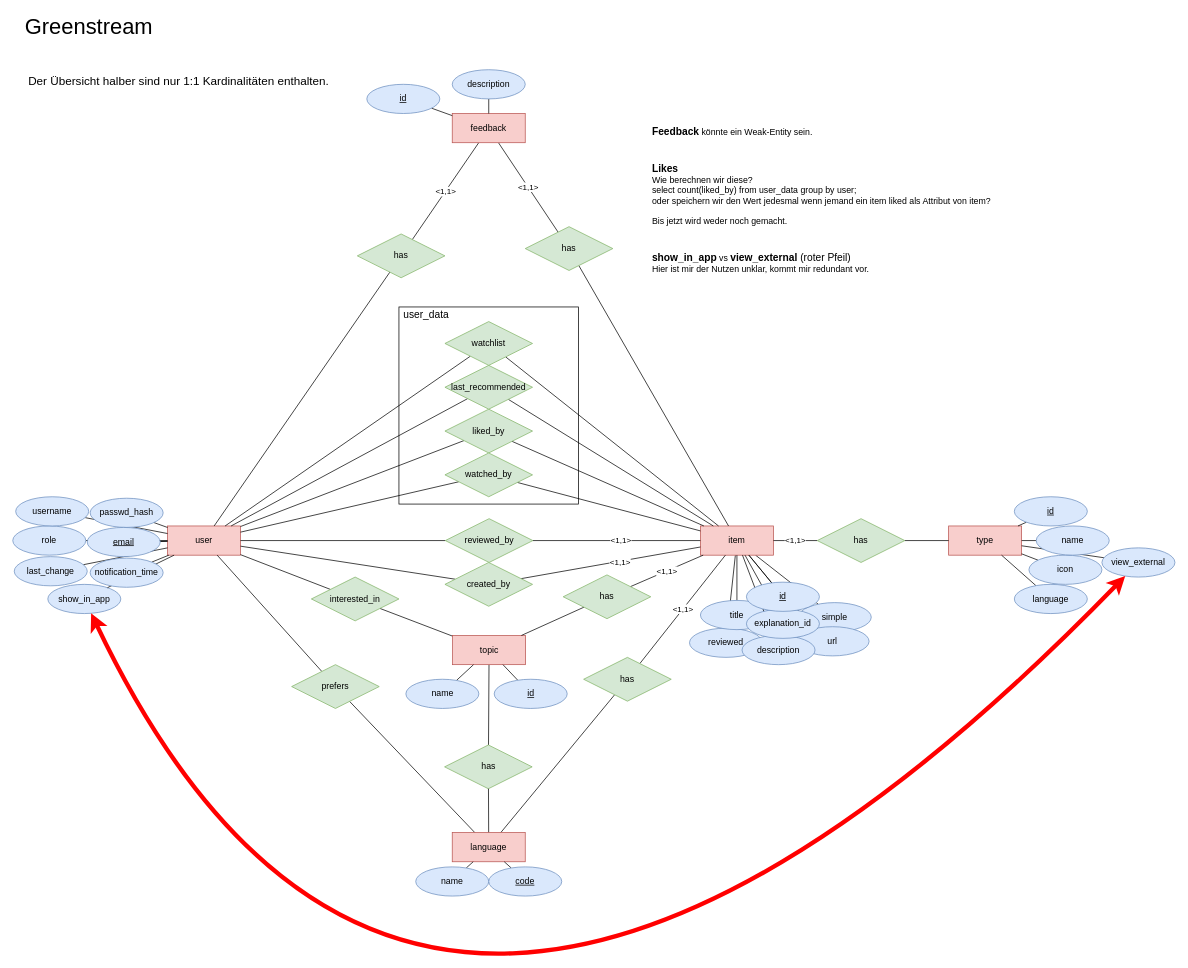
This is greenstream.drawio from daniel-ackermann/greenStreamBackend, a draw.io file, before an edit. Source tidied: cells renumbered, new cells numbered last; positions are measured from the earlier drawing's top-left corner, leaving out a move shared by most shapes. Both pictures are drawn from the tidied source at 73%, with x=0, y=0 at pixel (12, 18).
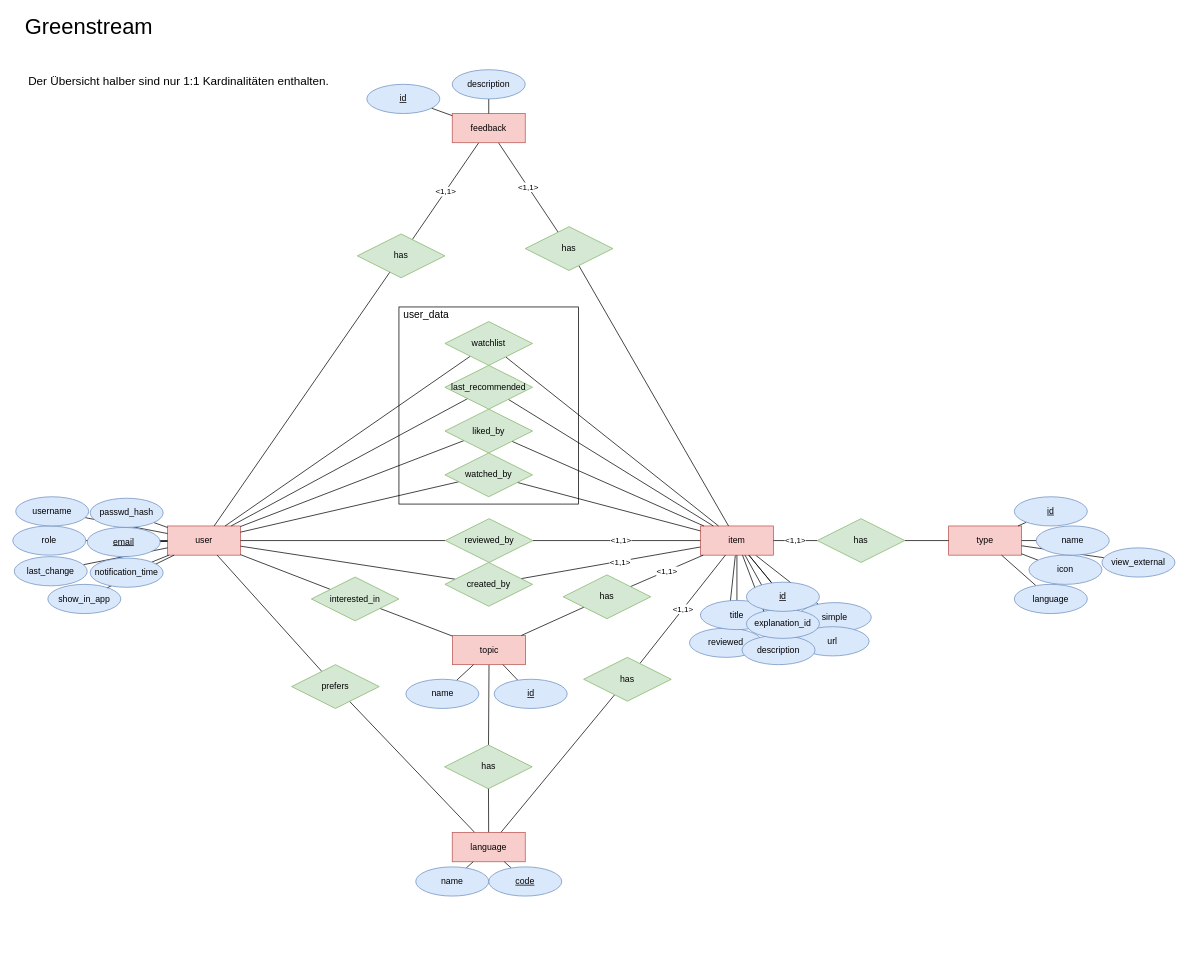
The same page after the edit.

Unchanged cells that the change refers to:
```xml
<mxCell id="2" value="show_in_app" style="ellipse;whiteSpace=wrap;html=1;align=center;strokeColor=#6c8ebf;fillColor=#dae8fc;" parent="1" vertex="1">
  <mxGeometry x="48" y="776" width="100" height="40" as="geometry" />
</mxCell>
<mxCell id="55" value="view_external" style="ellipse;whiteSpace=wrap;html=1;align=center;strokeColor=#6c8ebf;fillColor=#dae8fc;" parent="1" vertex="1">
  <mxGeometry x="1492" y="726" width="100" height="40" as="geometry" />
</mxCell>
```

Change to the diagram source:
```diff
@@
-    <mxCell id="84" style="curved=1;endArrow=classic;html=1;startSize=6;strokeWidth=6;strokeColor=#FF0000;endFill=1;startArrow=classic;startFill=1;" parent="1" edge="1" source="2" target="55">
-      <mxGeometry relative="1" as="geometry">
-        <Array as="points">
-          <mxPoint x="556" y="1760" />
-        </Array>
-      </mxGeometry>
-    </mxCell>
@@
-    <mxCell id="92" value="&lt;div align=&quot;left&quot;&gt;&lt;font size=&quot;1&quot;&gt;&lt;b style=&quot;font-size: 14px&quot;&gt;Likes&lt;/b&gt;&lt;/font&gt;&lt;/div&gt;&lt;div align=&quot;left&quot;&gt;Wie berechnen wir diese?&lt;/div&gt;&lt;div align=&quot;left&quot;&gt;select count(liked_by) from user_data group by user;&lt;/div&gt;&lt;div align=&quot;left&quot;&gt;oder speichern wir den Wert jedesmal wenn jemand ein item liked als Attribut von item?&lt;br&gt;&lt;/div&gt;&lt;div align=&quot;left&quot;&gt;&lt;br&gt;&lt;/div&gt;&lt;div align=&quot;left&quot;&gt;Bis jetzt wird weder noch gemacht.&lt;br&gt;&lt;/div&gt;" style="text;html=1;align=left;verticalAlign=middle;" parent="1" vertex="1">
-      <mxGeometry x="874" y="197" width="474" height="89" as="geometry" />
-    </mxCell>
@@
-    <mxCell id="108" value="&lt;div align=&quot;left&quot;&gt;&lt;font style=&quot;font-size: 14px&quot;&gt;&lt;b&gt;Feedback&lt;/b&gt;&lt;/font&gt; könnte ein Weak-Entity sein.&lt;/div&gt;" style="text;html=1;align=left;verticalAlign=middle;" parent="1" vertex="1">
-      <mxGeometry x="874" y="146" width="229" height="19" as="geometry" />
-    </mxCell>
-    <mxCell id="109" value="&lt;div style=&quot;font-size: 14px&quot; align=&quot;left&quot;&gt;&lt;font style=&quot;font-size: 14px&quot;&gt;&lt;font style=&quot;font-size: 13px&quot;&gt;&lt;b style=&quot;font-size: 14px&quot;&gt;show_in_app&lt;/b&gt;&lt;font style=&quot;font-size: 12px&quot;&gt; vs &lt;/font&gt;&lt;/font&gt;&lt;b&gt;view_external&lt;/b&gt; (roter Pfeil)&lt;br&gt;&lt;/font&gt;&lt;/div&gt;&lt;div align=&quot;left&quot;&gt;Hier ist mir der Nutzen unklar, kommt mir redundant vor.&lt;br&gt;&lt;/div&gt;" style="text;html=1;align=left;verticalAlign=middle;" parent="1" vertex="1">
-      <mxGeometry x="874" y="319" width="306" height="33" as="geometry" />
-    </mxCell>
```
